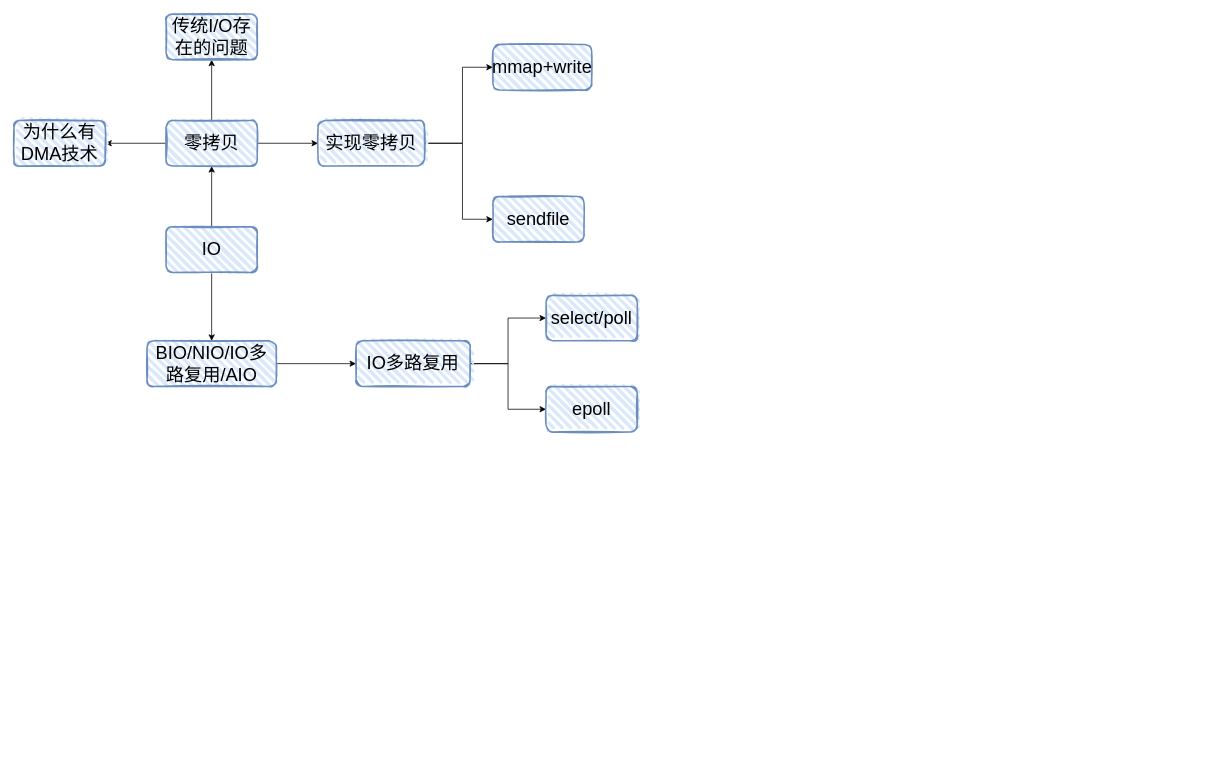
Above: 网络系统.drawio in liuyaokeji/drawing (draw.io), before the change. Source tidied: cells renumbered, new cells numbered last; positions are measured from the earlier drawing's top-left corner, leaving out a move shared by most shapes. Both pictures are drawn from the tidied source at 76%, with x=0, y=0 at pixel (14, 14).
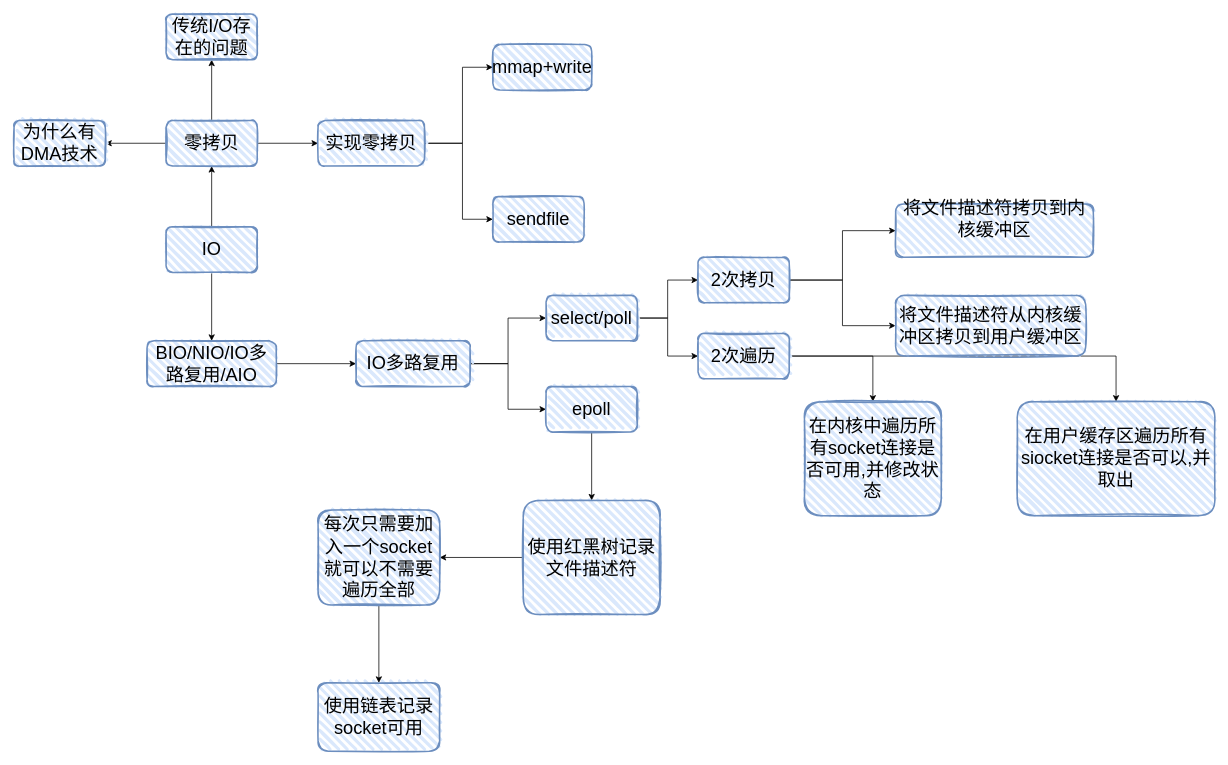
The same page after the edit.

Commit message (it also covers changes not shown here):
更新网络系统.drawio

Unchanged cells that the change refers to:
```xml
<mxCell id="21" value="select/poll" style="whiteSpace=wrap;html=1;rounded=1;glass=0;sketch=1;fillWeight=4;hachureGap=8;hachureAngle=45;strokeColor=#6c8ebf;strokeWidth=2;fontFamily=Helvetica;fontSize=24;fontColor=default;fillColor=#dae8fc;" parent="1" vertex="1">
  <mxGeometry x="700" y="370" width="120" height="60" as="geometry" />
</mxCell>
<mxCell id="22" value="epoll" style="whiteSpace=wrap;html=1;rounded=1;glass=0;sketch=1;fillWeight=4;hachureGap=8;hachureAngle=45;strokeColor=#6c8ebf;strokeWidth=2;fontFamily=Helvetica;fontSize=24;fontColor=default;fillColor=#dae8fc;" parent="1" vertex="1">
  <mxGeometry x="700" y="490" width="120" height="60" as="geometry" />
</mxCell>
```

What changed in the source:
```diff
@@
+    <mxCell id="23" style="edgeStyle=orthogonalEdgeStyle;rounded=0;jettySize=auto;html=1;" parent="1" edge="1" source="21" target="28">
+      <mxGeometry relative="1" as="geometry" />
+    </mxCell>
+    <mxCell id="24" style="edgeStyle=orthogonalEdgeStyle;rounded=0;jettySize=auto;html=1;" parent="1" edge="1" source="21" target="31">
+      <mxGeometry relative="1" as="geometry" />
+    </mxCell>
@@
+    <mxCell id="25" style="edgeStyle=orthogonalEdgeStyle;rounded=0;jettySize=auto;html=1;" parent="1" edge="1" source="22" target="37">
+      <mxGeometry relative="1" as="geometry" />
+    </mxCell>
@@
+    <mxCell id="26" style="edgeStyle=orthogonalEdgeStyle;rounded=0;jettySize=auto;html=1;" parent="1" edge="1" source="28" target="32">
+      <mxGeometry relative="1" as="geometry" />
+    </mxCell>
+    <mxCell id="27" style="edgeStyle=orthogonalEdgeStyle;rounded=0;jettySize=auto;html=1;" parent="1" edge="1" source="28" target="33">
+      <mxGeometry relative="1" as="geometry" />
+    </mxCell>
+    <mxCell id="28" value="2次拷贝" style="whiteSpace=wrap;html=1;fontSize=24;fillColor=#dae8fc;strokeColor=#6c8ebf;rounded=1;glass=0;sketch=1;fillWeight=4;hachureGap=8;hachureAngle=45;strokeWidth=2;" parent="1" vertex="1">
+      <mxGeometry x="900" y="320" width="120" height="60" as="geometry" />
+    </mxCell>
+    <mxCell id="29" style="edgeStyle=orthogonalEdgeStyle;rounded=0;jettySize=auto;html=1;" parent="1" edge="1" source="31" target="34">
+      <mxGeometry relative="1" as="geometry" />
+    </mxCell>
+    <mxCell id="30" style="edgeStyle=orthogonalEdgeStyle;rounded=0;jettySize=auto;html=1;" parent="1" edge="1" source="31" target="35">
+      <mxGeometry relative="1" as="geometry" />
+    </mxCell>
+    <mxCell id="31" value="2次遍历" style="whiteSpace=wrap;html=1;rounded=1;glass=0;sketch=1;fillWeight=4;hachureGap=8;hachureAngle=45;strokeColor=#6c8ebf;strokeWidth=2;fontFamily=Helvetica;fontSize=24;fontColor=default;fillColor=#dae8fc;" parent="1" vertex="1">
+      <mxGeometry x="900" y="420" width="120" height="60" as="geometry" />
+    </mxCell>
+    <mxCell id="32" value="&lt;div&gt;将文件描述符拷贝到内核缓冲区&lt;/div&gt;&lt;div&gt;&lt;br&gt;&lt;/div&gt;" style="whiteSpace=wrap;html=1;fontSize=24;fillColor=#dae8fc;strokeColor=#6c8ebf;rounded=1;glass=0;sketch=1;fillWeight=4;hachureGap=8;hachureAngle=45;strokeWidth=2;" parent="1" vertex="1">
+      <mxGeometry x="1160" y="250" width="260" height="70" as="geometry" />
+    </mxCell>
+    <mxCell id="33" value="将文件描述符从内核缓冲区拷贝到用户缓冲区" style="whiteSpace=wrap;html=1;rounded=1;glass=0;sketch=1;fillWeight=4;hachureGap=8;hachureAngle=45;strokeColor=#6c8ebf;strokeWidth=2;fontFamily=Helvetica;fontSize=24;fontColor=default;fillColor=#dae8fc;" parent="1" vertex="1">
+      <mxGeometry x="1160" y="370" width="250" height="80" as="geometry" />
+    </mxCell>
+    <mxCell id="34" value="在内核中遍历所有socket连接是否可用,并修改状态" style="whiteSpace=wrap;html=1;rounded=1;glass=0;sketch=1;fillWeight=4;hachureGap=8;hachureAngle=45;strokeColor=#6c8ebf;strokeWidth=2;fontFamily=Helvetica;fontSize=24;fontColor=default;fillColor=#dae8fc;" parent="1" vertex="1">
+      <mxGeometry x="1040" y="510" width="180" height="150" as="geometry" />
+    </mxCell>
+    <mxCell id="35" value="在用户缓存区遍历所有siocket连接是否可以,并取出" style="whiteSpace=wrap;html=1;rounded=1;glass=0;sketch=1;fillWeight=4;hachureGap=8;hachureAngle=45;strokeColor=#6c8ebf;strokeWidth=2;fontFamily=Helvetica;fontSize=24;fontColor=default;fillColor=#dae8fc;" parent="1" vertex="1">
+      <mxGeometry x="1320" y="510" width="260" height="150" as="geometry" />
+    </mxCell>
+    <mxCell id="36" style="edgeStyle=orthogonalEdgeStyle;rounded=0;jettySize=auto;html=1;" parent="1" edge="1" source="37" target="39">
+      <mxGeometry relative="1" as="geometry" />
+    </mxCell>
+    <mxCell id="37" value="使用红黑树记录文件描述符" style="whiteSpace=wrap;html=1;fontSize=24;fillColor=#dae8fc;strokeColor=#6c8ebf;rounded=1;glass=0;sketch=1;fillWeight=4;hachureGap=8;hachureAngle=45;strokeWidth=2;" parent="1" vertex="1">
+      <mxGeometry x="670" y="640" width="180" height="150" as="geometry" />
+    </mxCell>
+    <mxCell id="38" style="edgeStyle=orthogonalEdgeStyle;rounded=0;jettySize=auto;html=1;" parent="1" edge="1" source="39" target="40">
+      <mxGeometry relative="1" as="geometry" />
+    </mxCell>
+    <mxCell id="39" value="每次只需要加入一个socket就可以不需要遍历全部" style="whiteSpace=wrap;html=1;fontSize=24;fillColor=#dae8fc;strokeColor=#6c8ebf;rounded=1;glass=0;sketch=1;fillWeight=4;hachureGap=8;hachureAngle=45;strokeWidth=2;" parent="1" vertex="1">
+      <mxGeometry x="400" y="652.5" width="160" height="125" as="geometry" />
+    </mxCell>
+    <mxCell id="40" value="使用链表记录socket可用" style="whiteSpace=wrap;html=1;fontSize=24;fillColor=#dae8fc;strokeColor=#6c8ebf;rounded=1;glass=0;sketch=1;fillWeight=4;hachureGap=8;hachureAngle=45;strokeWidth=2;" parent="1" vertex="1">
+      <mxGeometry x="400" y="880" width="160" height="90" as="geometry" />
+    </mxCell>
```
